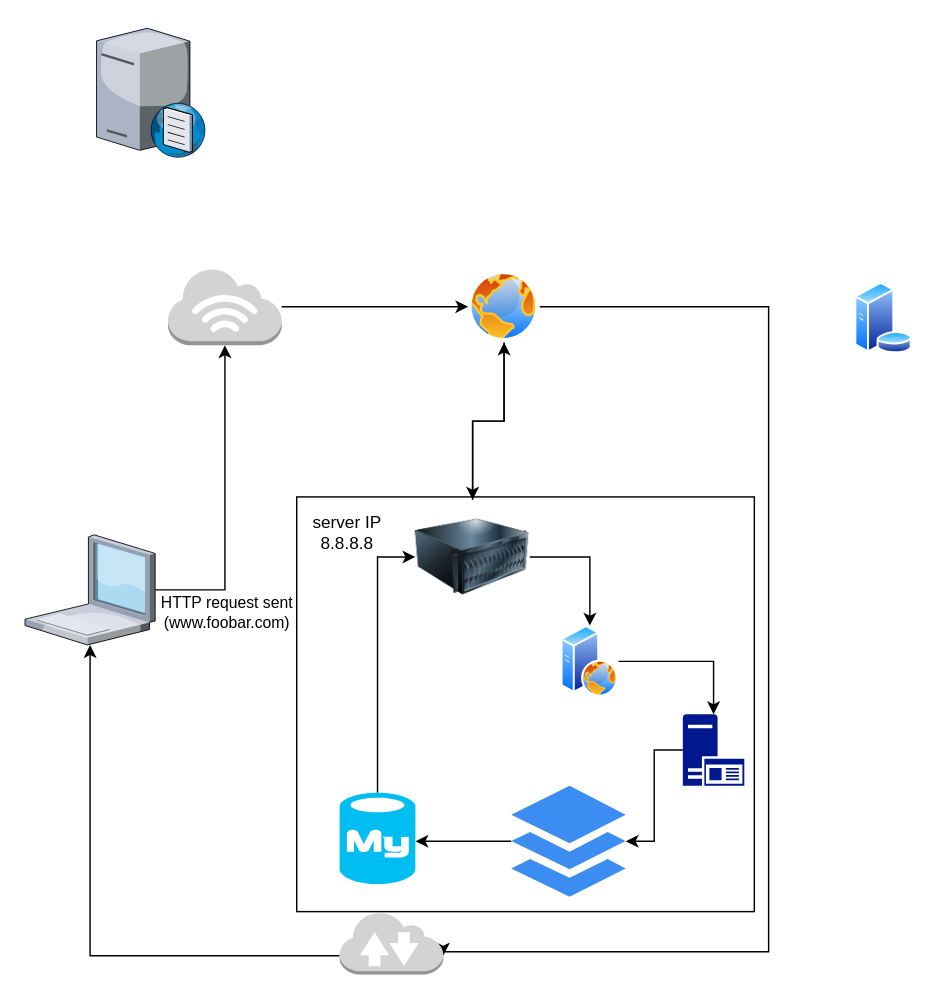
This is 0x09-web_infrastructure_design/web infrastructure.drawio from Fortune-0/alx-system_engineering-devops, a draw.io file, before an edit. Source tidied: cells renumbered, new cells numbered last; positions are measured from the earlier drawing's top-left corner, leaving out a move shared by most shapes. Both pictures are drawn from the tidied source at 143%, with x=0, y=0 at pixel (24, 24).
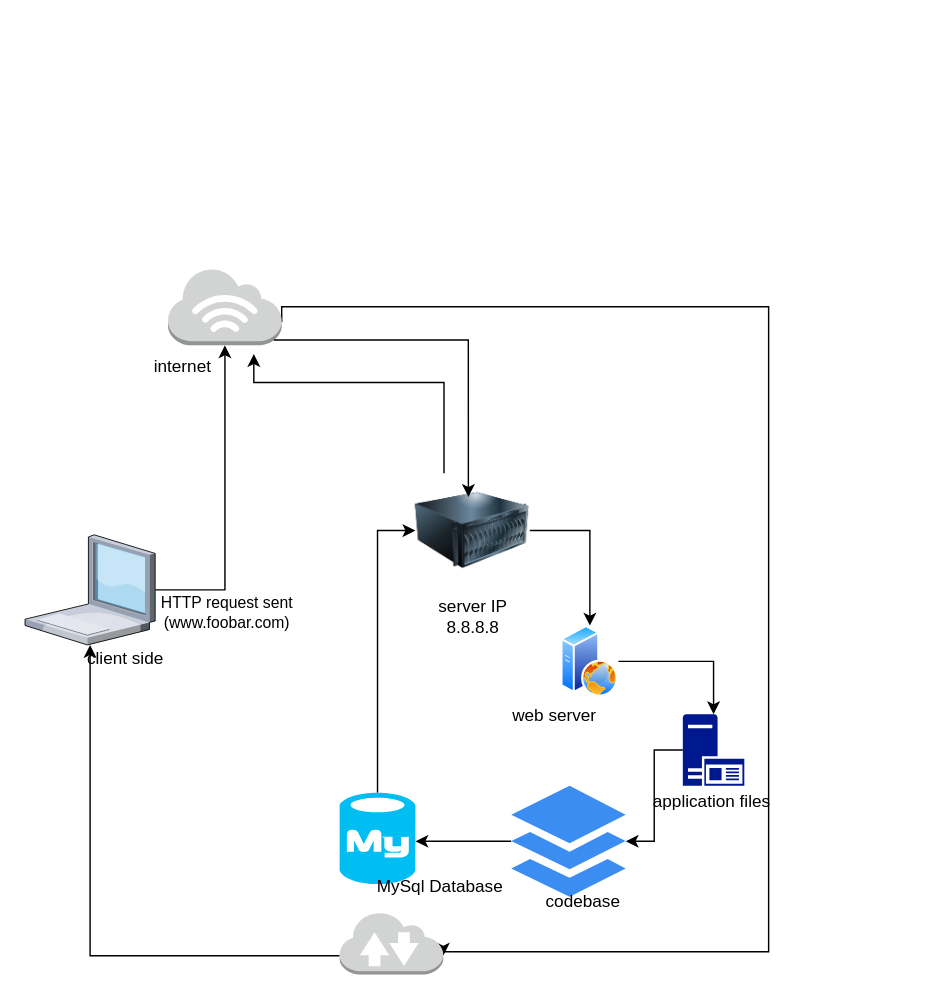
The same page after the edit.

The change refers to these unchanged cells:
```xml
<mxCell id="23" style="outlineConnect=0;dashed=0;verticalLabelPosition=bottom;verticalAlign=top;align=center;html=1;shape=mxgraph.aws3.internet_3;fillColor=#D2D3D3;gradientColor=none;" parent="1" vertex="1">
  <mxGeometry x="100" y="170" width="79.5" height="54" as="geometry" />
</mxCell>
<mxCell id="25" style="outlineConnect=0;dashed=0;verticalLabelPosition=bottom;verticalAlign=top;align=center;html=1;shape=mxgraph.aws3.internet_2;fillColor=#D2D3D3;gradientColor=none;" parent="1" vertex="1">
  <mxGeometry x="220" y="620" width="72.5" height="44" as="geometry" />
</mxCell>
```

The edit, as a diff of the source:
```diff
@@
-    <mxCell id="2" style="whiteSpace=wrap;html=1;" parent="1" vertex="1">
-      <mxGeometry x="190" y="330" width="320" height="290" as="geometry" />
-    </mxCell>
@@
-    <mxCell id="4" style="edgeStyle=orthogonalEdgeStyle;rounded=0;jettySize=auto;html=1;entryX=0.5;entryY=1;entryDx=0;entryDy=0;" parent="1" edge="1" source="5" target="21">
-      <mxGeometry relative="1" as="geometry" />
-    </mxCell>
+    <mxCell id="29" style="edgeStyle=orthogonalEdgeStyle;rounded=0;jettySize=auto;html=1;exitX=0.25;exitY=0;exitDx=0;exitDy=0;" parent="1" edge="1" source="5">
+      <mxGeometry relative="1" as="geometry">
+        <mxPoint x="160" y="230" as="targetPoint" />
+        <Array as="points">
+          <mxPoint x="293" y="250" />
+          <mxPoint x="160" y="250" />
+        </Array>
+      </mxGeometry>
+    </mxCell>
     <mxCell id="5" style="image;html=1;image=img/lib/clip_art/computers/Server_128x128.png;" parent="1" vertex="1">
-      <mxGeometry x="273" y="332" width="80" height="80" as="geometry" />
+      <mxGeometry x="273" y="313.5" width="80" height="80" as="geometry" />
     </mxCell>
-    <mxCell id="6" style="image;perimeter=ellipsePerimeter;html=1;align=center;shadow=0;dashed=0;spacingTop=3;image=img/lib/active_directory/database_server.svg;" parent="1" vertex="1">
-      <mxGeometry x="580" y="180" width="41" height="50" as="geometry" />
-    </mxCell>
@@
-    <mxCell id="11" style="verticalLabelPosition=bottom;sketch=0;html=1;verticalAlign=top;strokeColor=none;align=center;shape=mxgraph.citrix.dns_server;" parent="1" vertex="1">
-      <mxGeometry x="50" width="76.5" height="92.5" as="geometry" />
-    </mxCell>
@@
-    <mxCell id="19" style="edgeStyle=orthogonalEdgeStyle;rounded=0;jettySize=auto;html=1;" parent="1" edge="1" source="21" target="5">
-      <mxGeometry relative="1" as="geometry" />
-    </mxCell>
-    <mxCell id="20" style="edgeStyle=orthogonalEdgeStyle;rounded=0;jettySize=auto;html=1;entryX=1;entryY=0.7;entryDx=0;entryDy=0;entryPerimeter=0;" parent="1" edge="1" source="21" target="25">
+    <mxCell id="20" style="edgeStyle=orthogonalEdgeStyle;rounded=0;jettySize=auto;html=1;entryX=1;entryY=0.7;entryDx=0;entryDy=0;entryPerimeter=0;exitX=1;exitY=0.7;exitDx=0;exitDy=0;exitPerimeter=0;" parent="1" edge="1" source="23" target="25">
       <mxGeometry relative="1" as="geometry">
         <Array as="points">
+          <mxPoint x="180" y="197" />
           <mxPoint x="520" y="197" />
           <mxPoint x="520" y="648" />
+          <mxPoint x="293" y="648" />
         </Array>
       </mxGeometry>
     </mxCell>
-    <mxCell id="21" style="image;perimeter=ellipsePerimeter;html=1;align=center;shadow=0;dashed=0;spacingTop=3;image=img/lib/active_directory/internet_globe.svg;" parent="1" vertex="1">
-      <mxGeometry x="310" y="172" width="50" height="50" as="geometry" />
-    </mxCell>
-    <mxCell id="22" style="edgeStyle=orthogonalEdgeStyle;rounded=0;jettySize=auto;html=1;" parent="1" edge="1" source="23" target="21">
-      <mxGeometry relative="1" as="geometry" />
-    </mxCell>
@@
-    <mxCell id="27" style="edgeStyle=orthogonalEdgeStyle;rounded=0;orthogonalLoop=1;jettySize=auto;html=1;exitX=0.5;exitY=1;exitDx=0;exitDy=0;" parent="1" edge="1" source="2" target="2">
-      <mxGeometry relative="1" as="geometry" />
+    <mxCell id="27" style="edgeStyle=orthogonalEdgeStyle;rounded=0;orthogonalLoop=1;jettySize=auto;html=1;exitX=0.5;exitY=1;exitDx=0;exitDy=0;" parent="1" edge="1">
+      <mxGeometry relative="1" as="geometry">
+        <mxPoint x="350" y="620" as="sourcePoint" />
+        <mxPoint x="350" y="620" as="targetPoint" />
+      </mxGeometry>
     </mxCell>
     <mxCell id="28" value="server IP&lt;br&gt;8.8.8.8" style="text;html=1;align=center;verticalAlign=middle;strokeColor=none;fillColor=none;" parent="1" vertex="1">
-      <mxGeometry x="190" y="335" width="70" height="40" as="geometry" />
+      <mxGeometry x="278" y="393.5" width="70" height="40" as="geometry" />
     </mxCell>
+    <mxCell id="30" value="internet" style="text;html=1;align=center;verticalAlign=middle;strokeColor=none;fillColor=none;" parent="1" vertex="1">
+      <mxGeometry x="80" y="224" width="60" height="30" as="geometry" />
+    </mxCell>
+    <mxCell id="31" value="client side" style="text;html=1;align=center;verticalAlign=middle;strokeColor=none;fillColor=none;" parent="1" vertex="1">
+      <mxGeometry x="30" y="428" width="80" height="30" as="geometry" />
+    </mxCell>
+    <mxCell id="32" value="web server&lt;br&gt;" style="text;html=1;align=center;verticalAlign=middle;strokeColor=none;fillColor=none;" parent="1" vertex="1">
+      <mxGeometry x="330" y="468" width="80" height="30" as="geometry" />
+    </mxCell>
+    <mxCell id="33" value="MySql Database" style="text;html=1;align=center;verticalAlign=middle;strokeColor=none;fillColor=none;" parent="1" vertex="1">
+      <mxGeometry x="235" y="588" width="110" height="30" as="geometry" />
+    </mxCell>
+    <mxCell id="34" value="codebase" style="text;html=1;align=center;verticalAlign=middle;strokeColor=none;fillColor=none;" parent="1" vertex="1">
+      <mxGeometry x="350" y="598" width="80" height="30" as="geometry" />
+    </mxCell>
+    <mxCell id="35" value="application files" style="text;html=1;align=center;verticalAlign=middle;strokeColor=none;fillColor=none;" parent="1" vertex="1">
+      <mxGeometry x="425" y="528" width="110" height="30" as="geometry" />
+    </mxCell>
+    <mxCell id="36" style="edgeStyle=orthogonalEdgeStyle;rounded=0;jettySize=auto;html=1;exitX=0.93;exitY=0.93;exitDx=0;exitDy=0;exitPerimeter=0;entryX=0.463;entryY=0.206;entryDx=0;entryDy=0;entryPerimeter=0;" parent="1" edge="1" source="23" target="5">
+      <mxGeometry relative="1" as="geometry" />
+    </mxCell>
```
